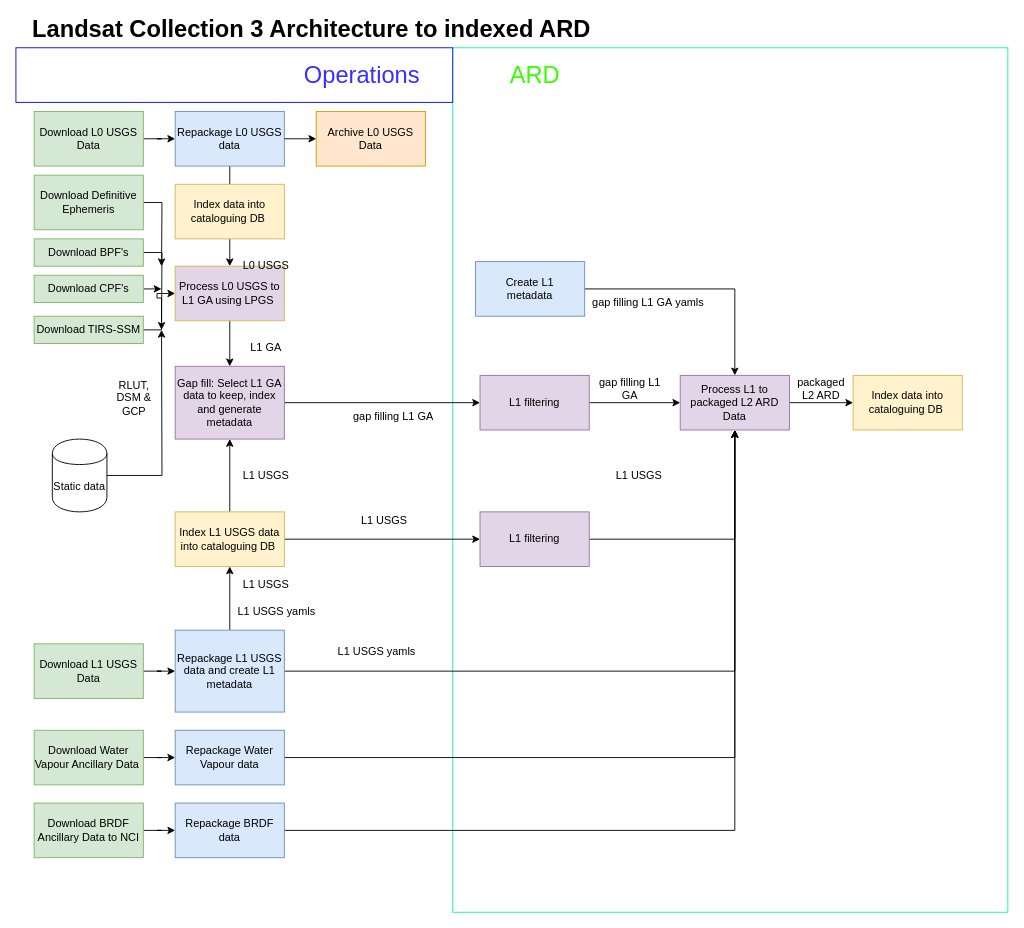
The draw.io diagram collection3/c3dataflow.drawio in dunkgray/dea-document-images, before the edit. Source tidied: cells renumbered, new cells numbered last; positions are measured from the earlier drawing's top-left corner, leaving out a move shared by most shapes. Both pictures are drawn from the tidied source at 91%, with x=0, y=0 at pixel (15, 20).
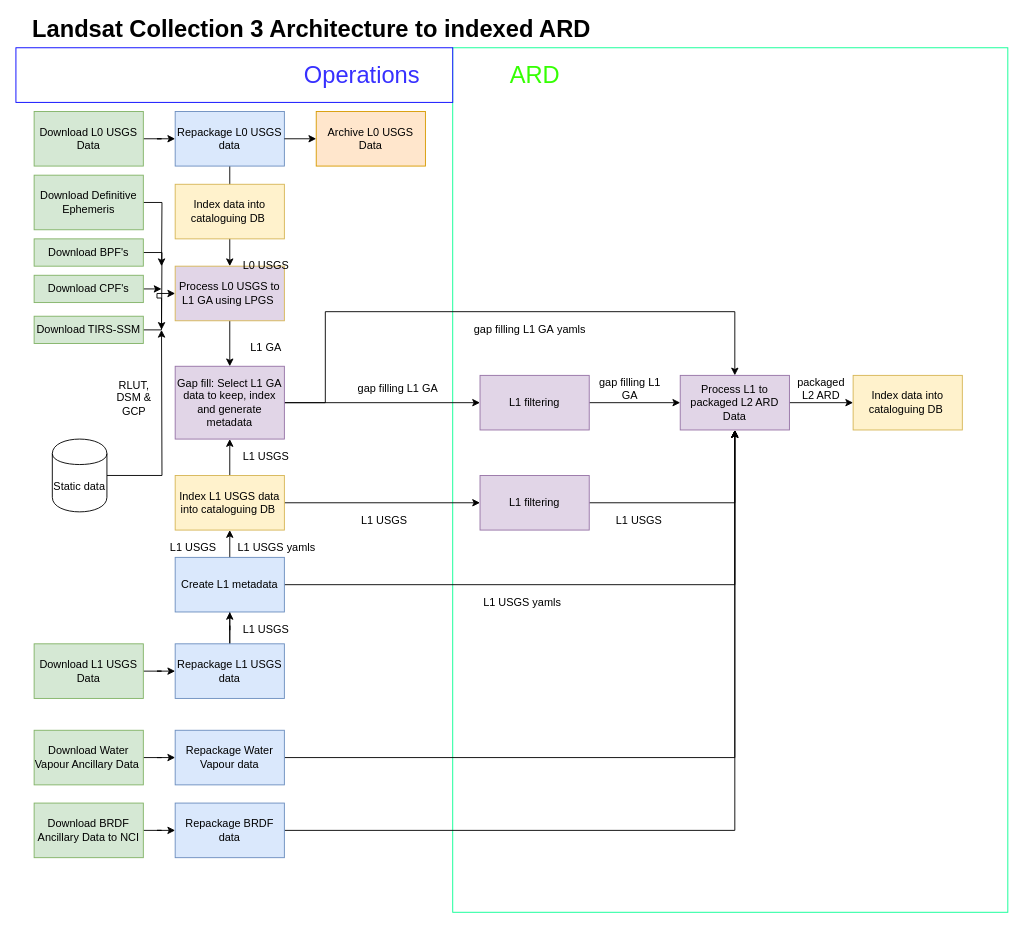
The same page after the edit.

Unchanged cells that the change refers to:
```xml
<mxCell id="15" value="&lt;div&gt;Gap fill:&amp;nbsp;&lt;span&gt;Select L1 GA data to keep, index and generate metadata&lt;/span&gt;&lt;/div&gt;" style="rounded=0;whiteSpace=wrap;html=1;fillColor=#e1d5e7;strokeColor=#9673a6;" parent="1" vertex="1">
  <mxGeometry x="175" y="380" width="120" height="80" as="geometry" />
</mxCell>
<mxCell id="32" value="Process L1&amp;nbsp;to packaged L2 ARD Data" style="rounded=0;whiteSpace=wrap;html=1;fillColor=#e1d5e7;strokeColor=#9673a6;" parent="1" vertex="1">
  <mxGeometry x="730" y="390" width="120" height="60" as="geometry" />
</mxCell>
```

What changed in the source:
```diff
@@
+    <mxCell id="66" style="edgeStyle=orthogonalEdgeStyle;rounded=0;jettySize=auto;html=1;" parent="1" edge="1" source="15" target="32">
+      <mxGeometry relative="1" as="geometry">
+        <Array as="points">
+          <mxPoint x="340" y="420" />
+          <mxPoint x="340" y="320" />
+          <mxPoint x="790" y="320" />
+        </Array>
+      </mxGeometry>
+    </mxCell>
@@
-    <mxCell id="28" style="edgeStyle=orthogonalEdgeStyle;rounded=0;jettySize=auto;html=1;entryX=0.5;entryY=1;entryDx=0;entryDy=0;" parent="1" edge="1" source="30" target="37">
+    <mxCell id="28" style="edgeStyle=orthogonalEdgeStyle;rounded=0;jettySize=auto;html=1;" parent="1" edge="1" source="30" target="37">
       <mxGeometry relative="1" as="geometry" />
     </mxCell>
-    <mxCell id="29" style="edgeStyle=orthogonalEdgeStyle;rounded=0;jettySize=auto;html=1;" parent="1" edge="1" source="30" target="32">
-      <mxGeometry relative="1" as="geometry" />
-    </mxCell>
+    <mxCell id="67" style="edgeStyle=orthogonalEdgeStyle;rounded=0;jettySize=auto;html=1;" parent="1" edge="1" source="30" target="34">
+      <mxGeometry relative="1" as="geometry" />
+    </mxCell>
-    <mxCell id="30" value="Repackage L1 USGS data and create L1 metadata&lt;br&gt;" style="rounded=0;whiteSpace=wrap;html=1;fillColor=#dae8fc;strokeColor=#6c8ebf;" parent="1" vertex="1">
-      <mxGeometry x="175" y="670" width="120" height="90" as="geometry" />
+    <mxCell id="30" value="Repackage L1 USGS data" style="rounded=0;whiteSpace=wrap;html=1;fillColor=#dae8fc;strokeColor=#6c8ebf;" parent="1" vertex="1">
+      <mxGeometry x="175" y="685" width="120" height="60" as="geometry" />
     </mxCell>
@@
-    <mxCell id="33" style="edgeStyle=orthogonalEdgeStyle;rounded=0;jettySize=auto;html=1;" parent="1" edge="1" source="34" target="32">
-      <mxGeometry relative="1" as="geometry" />
-    </mxCell>
-    <mxCell id="34" value="Create L1&lt;br&gt;metadata" style="rounded=0;whiteSpace=wrap;html=1;fillColor=#dae8fc;strokeColor=#6c8ebf;" parent="1" vertex="1">
-      <mxGeometry x="505" y="265" width="120" height="60" as="geometry" />
-    </mxCell>
@@
     <mxCell id="37" value="Index L1 USGS data into cataloguing DB&amp;nbsp;" style="rounded=0;whiteSpace=wrap;html=1;fillColor=#fff2cc;strokeColor=#d6b656;" parent="1" vertex="1">
-      <mxGeometry x="175" y="540" width="120" height="60" as="geometry" />
+      <mxGeometry x="175" y="500" width="120" height="60" as="geometry" />
     </mxCell>
@@
     <mxCell id="44" value="L1 USGS" style="text;html=1;strokeColor=none;fillColor=none;align=center;verticalAlign=middle;whiteSpace=wrap;rounded=0;" parent="1" vertex="1">
-      <mxGeometry x="240" y="610" width="70" height="20" as="geometry" />
+      <mxGeometry x="240" y="660" width="70" height="20" as="geometry" />
     </mxCell>
+    <mxCell id="68" style="edgeStyle=orthogonalEdgeStyle;rounded=0;jettySize=auto;html=1;exitX=0.5;exitY=0;exitDx=0;exitDy=0;" parent="1" edge="1" source="45">
+      <mxGeometry relative="1" as="geometry">
+        <mxPoint x="275" y="470" as="targetPoint" />
+      </mxGeometry>
+    </mxCell>
     <mxCell id="45" value="L1 USGS" style="text;html=1;strokeColor=none;fillColor=none;align=center;verticalAlign=middle;whiteSpace=wrap;rounded=0;" parent="1" vertex="1">
-      <mxGeometry x="240" y="490" width="70" height="20" as="geometry" />
+      <mxGeometry x="240" y="470" width="70" height="20" as="geometry" />
     </mxCell>
@@
     <mxCell id="47" value="gap filling L1 GA" style="text;html=1;strokeColor=none;fillColor=none;align=center;verticalAlign=middle;whiteSpace=wrap;rounded=0;" parent="1" vertex="1">
-      <mxGeometry x="355" y="410" width="120" height="50" as="geometry" />
+      <mxGeometry x="360" y="380" width="120" height="50" as="geometry" />
     </mxCell>
     <mxCell id="48" value="gap filling L1 GA&amp;nbsp;yamls" style="text;html=1;strokeColor=none;fillColor=none;align=center;verticalAlign=middle;whiteSpace=wrap;rounded=0;" parent="1" vertex="1">
-      <mxGeometry x="620" y="300" width="150" height="20" as="geometry" />
+      <mxGeometry x="490" y="330" width="150" height="20" as="geometry" />
     </mxCell>
@@
     <mxCell id="60" value="L1 filtering" style="rounded=0;whiteSpace=wrap;html=1;fillColor=#e1d5e7;strokeColor=#9673a6;" parent="1" vertex="1">
-      <mxGeometry x="510" y="540" width="120" height="60" as="geometry" />
+      <mxGeometry x="510" y="500" width="120" height="60" as="geometry" />
     </mxCell>
@@
     <mxCell id="62" value="L1 USGS" style="text;html=1;strokeColor=none;fillColor=none;align=center;verticalAlign=middle;whiteSpace=wrap;rounded=0;" parent="1" vertex="1">
-      <mxGeometry x="650" y="490" width="70" height="20" as="geometry" />
+      <mxGeometry x="650" y="540" width="70" height="20" as="geometry" />
     </mxCell>
@@
-    <mxCell id="64" value="&amp;nbsp;L1 USGS yamls" style="text;html=1;strokeColor=none;fillColor=none;align=center;verticalAlign=middle;whiteSpace=wrap;rounded=0;" parent="1" vertex="1">
-      <mxGeometry x="320" y="684" width="150" height="20" as="geometry" />
-    </mxCell>
-    <mxCell id="65" value="&amp;nbsp;L1 USGS yamls" style="text;html=1;strokeColor=none;fillColor=none;align=center;verticalAlign=middle;whiteSpace=wrap;rounded=0;" parent="1" vertex="1">
-      <mxGeometry x="210" y="640" width="150" height="20" as="geometry" />
-    </mxCell>
+    <mxCell id="33" style="edgeStyle=orthogonalEdgeStyle;rounded=0;jettySize=auto;html=1;" parent="1" edge="1" source="34" target="32">
+      <mxGeometry relative="1" as="geometry" />
+    </mxCell>
+    <mxCell id="34" value="Create L1 metadata" style="rounded=0;whiteSpace=wrap;html=1;fillColor=#dae8fc;strokeColor=#6c8ebf;" parent="1" vertex="1">
+      <mxGeometry x="175" y="590" width="120" height="60" as="geometry" />
+    </mxCell>
+    <mxCell id="69" value="L1 USGS" style="text;html=1;strokeColor=none;fillColor=none;align=center;verticalAlign=middle;whiteSpace=wrap;rounded=0;" parent="1" vertex="1">
+      <mxGeometry x="160" y="570" width="70" height="20" as="geometry" />
+    </mxCell>
+    <mxCell id="70" value="&amp;nbsp;L1 USGS yamls" style="text;html=1;strokeColor=none;fillColor=none;align=center;verticalAlign=middle;whiteSpace=wrap;rounded=0;" parent="1" vertex="1">
+      <mxGeometry x="210" y="570" width="150" height="20" as="geometry" />
+    </mxCell>
+    <mxCell id="71" value="&amp;nbsp;L1 USGS yamls" style="text;html=1;strokeColor=none;fillColor=none;align=center;verticalAlign=middle;whiteSpace=wrap;rounded=0;" parent="1" vertex="1">
+      <mxGeometry x="480" y="630" width="150" height="20" as="geometry" />
+    </mxCell>
```
